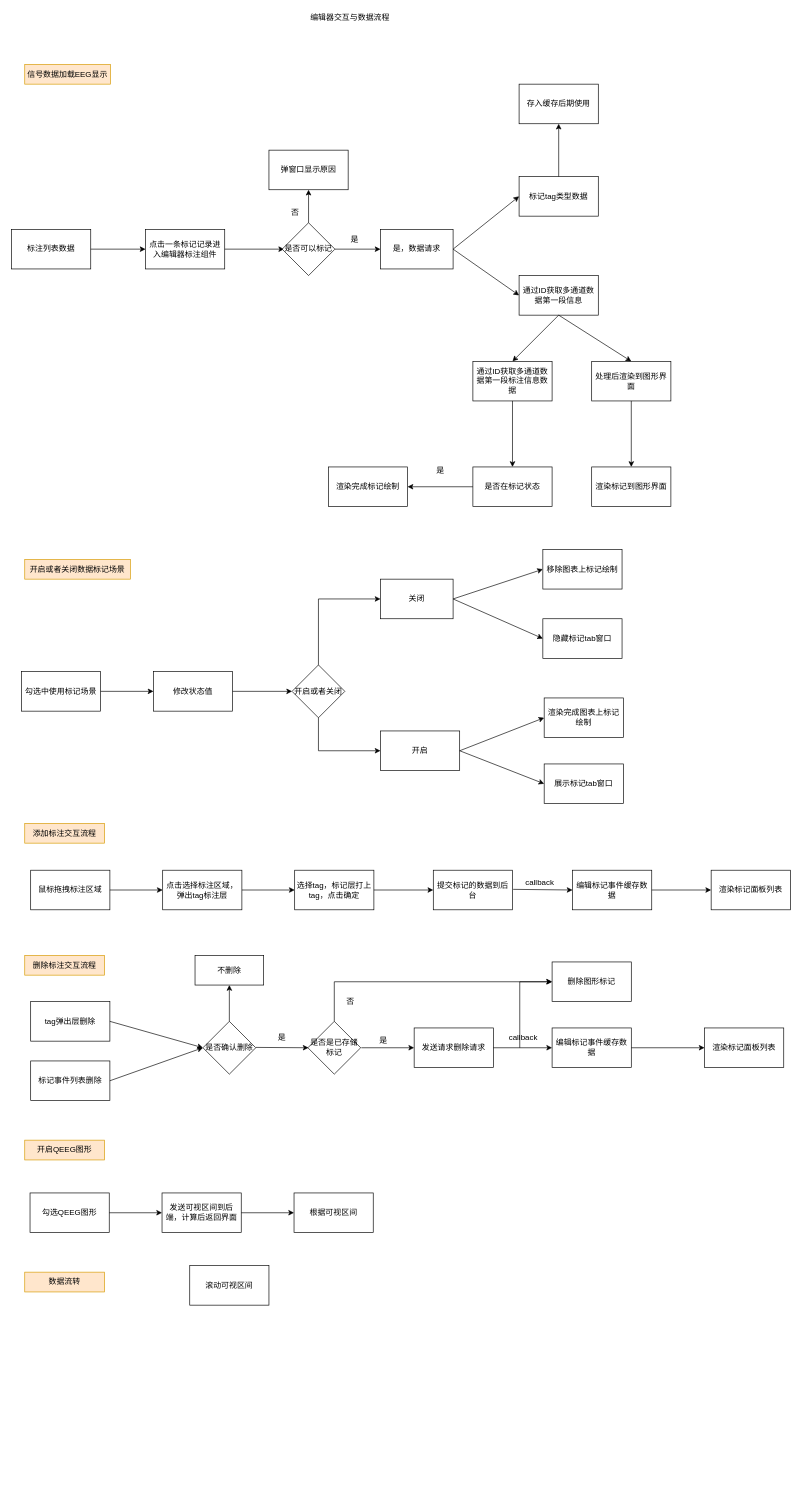
Earlier version of the draw.io diagram 标注编辑器数据流转.drawio (chenweihan/UML). Source tidied: cells renumbered, new cells numbered last; positions are measured from the earlier drawing's top-left corner, leaving out a move shared by most shapes. Both pictures are drawn from the tidied source at 66%, with x=0, y=0 at pixel (11, 11).
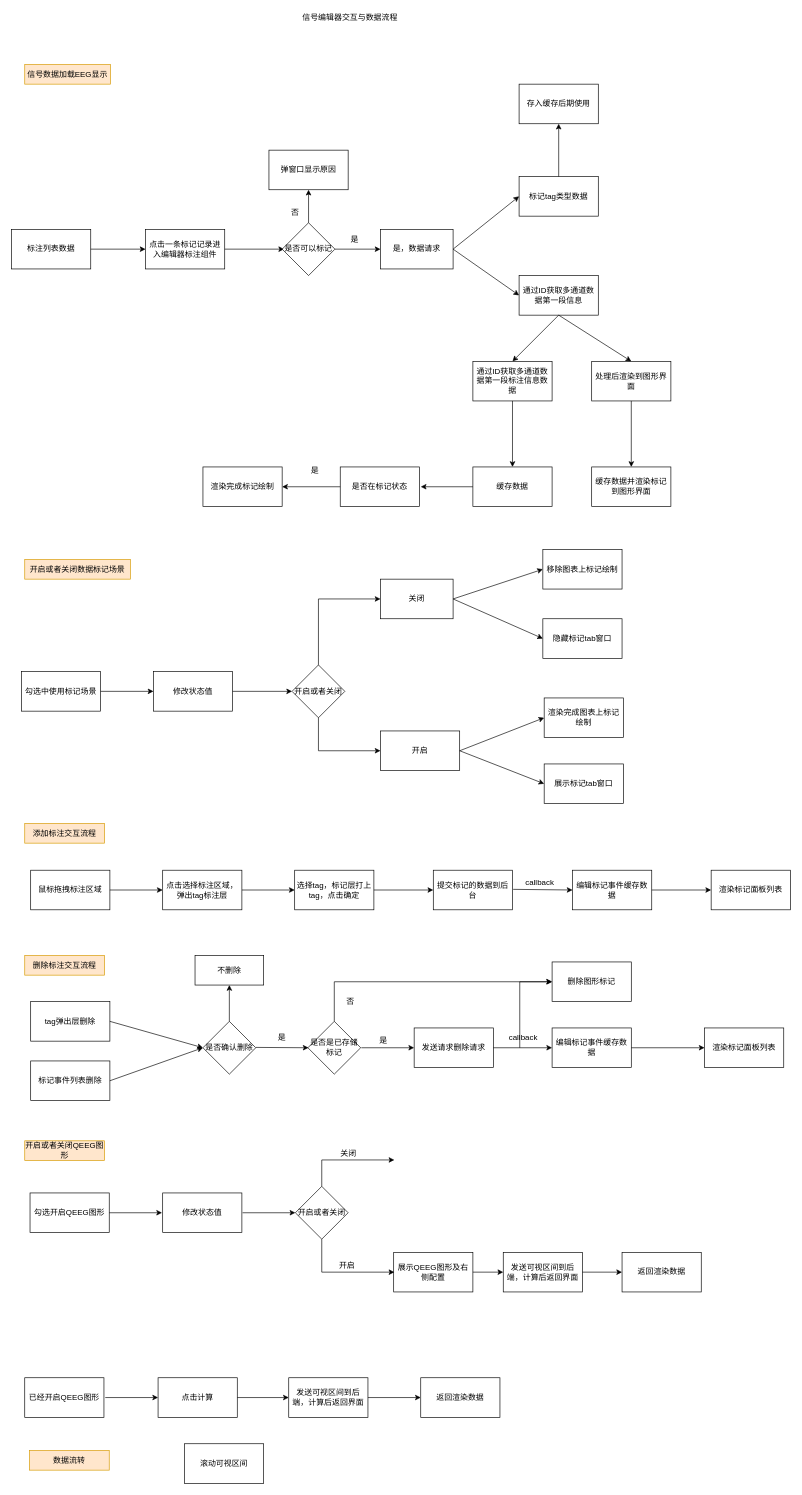
Above is the later version.

Commit message (it also covers changes not shown here):
更新标注编辑器数据流转.drawio

Unchanged cells that the change refers to:
```xml
<mxCell id="17" value="通过ID获取多通道数据第一段标注信息数据" style="rounded=0;whiteSpace=wrap;html=1;" parent="1" vertex="1">
  <mxGeometry x="699" y="530" width="120" height="60" as="geometry" />
</mxCell>
```

The edit, as a diff of the source:
```diff
@@
-    <mxCell id="7" value="勾选QEEG图形" style="rounded=0;whiteSpace=wrap;html=1;" parent="1" vertex="1">
+    <mxCell id="7" value="勾选开启QEEG图形" style="rounded=0;whiteSpace=wrap;html=1;" parent="1" vertex="1">
       <mxGeometry x="28" y="1790" width="120" height="60" as="geometry" />
     </mxCell>
@@
     <mxCell id="9" value="发送可视区间到后端，计算后返回界面" style="rounded=0;whiteSpace=wrap;html=1;" parent="1" vertex="1">
-      <mxGeometry x="228" y="1790" width="120" height="60" as="geometry" />
+      <mxGeometry x="745" y="1880" width="120" height="60" as="geometry" />
     </mxCell>
-    <mxCell id="10" style="endArrow=classic;html=1;rounded=0;exitX=1;exitY=0.5;exitDx=0;exitDy=0;" parent="1" edge="1" source="9">
-      <mxGeometry relative="1" as="geometry">
-        <mxPoint x="428" y="1820" as="targetPoint" />
-      </mxGeometry>
+    <mxCell id="10" style="endArrow=classic;html=1;rounded=0;exitX=1;exitY=0.5;exitDx=0;exitDy=0;entryX=0;entryY=0.5;entryDx=0;entryDy=0;" parent="1" edge="1" source="9" target="11">
+      <mxGeometry relative="1" as="geometry" />
     </mxCell>
-    <mxCell id="11" value="根据可视区间" style="rounded=0;whiteSpace=wrap;html=1;" parent="1" vertex="1">
-      <mxGeometry x="428" y="1790" width="120" height="60" as="geometry" />
+    <mxCell id="11" value="返回渲染数据" style="rounded=0;whiteSpace=wrap;html=1;" parent="1" vertex="1">
+      <mxGeometry x="925" y="1880" width="120" height="60" as="geometry" />
     </mxCell>
@@
-    <mxCell id="13" value="编辑器交互与数据流程" style="text;html=1;strokeColor=none;fillColor=none;align=center;verticalAlign=middle;whiteSpace=wrap;rounded=0;" parent="1" vertex="1">
+    <mxCell id="13" value="信号编辑器交互与数据流程" style="text;html=1;strokeColor=none;fillColor=none;align=center;verticalAlign=middle;whiteSpace=wrap;rounded=0;" parent="1" vertex="1">
       <mxGeometry x="440" width="146" height="20" as="geometry" />
     </mxCell>
@@
-    <mxCell id="22" value="渲染标记到图形界面" style="rounded=0;whiteSpace=wrap;html=1;" parent="1" vertex="1">
+    <mxCell id="22" value="缓存数据并渲染标记到图形界面" style="rounded=0;whiteSpace=wrap;html=1;" parent="1" vertex="1">
       <mxGeometry x="879" y="690" width="120" height="60" as="geometry" />
     </mxCell>
     <mxCell id="23" value="渲染完成标记绘制" style="rounded=0;whiteSpace=wrap;html=1;" parent="1" vertex="1">
-      <mxGeometry x="480" y="690" width="120" height="60" as="geometry" />
+      <mxGeometry x="290" y="690" width="120" height="60" as="geometry" />
     </mxCell>
@@
     <mxCell id="41" value="是否在标记状态" style="rounded=0;whiteSpace=wrap;html=1;" parent="1" vertex="1">
-      <mxGeometry x="699" y="690" width="120" height="60" as="geometry" />
+      <mxGeometry x="498" y="690" width="120" height="60" as="geometry" />
     </mxCell>
-    <mxCell id="42" style="endArrow=classic;html=1;rounded=0;exitX=0.5;exitY=1;exitDx=0;exitDy=0;" parent="1" edge="1" source="17" target="41">
+    <mxCell id="42" style="endArrow=classic;html=1;rounded=0;exitX=0.5;exitY=1;exitDx=0;exitDy=0;entryX=0.5;entryY=0;entryDx=0;entryDy=0;" parent="1" edge="1" source="17" target="110">
       <mxGeometry relative="1" as="geometry" />
     </mxCell>
     <mxCell id="43" style="endArrow=classic;html=1;rounded=0;exitX=0;exitY=0.5;exitDx=0;exitDy=0;" parent="1" edge="1" source="41">
       <mxGeometry relative="1" as="geometry">
-        <mxPoint x="600" y="720" as="targetPoint" />
+        <mxPoint x="410" y="720" as="targetPoint" />
       </mxGeometry>
     </mxCell>
     <mxCell id="44" value="是" style="text;html=1;strokeColor=none;fillColor=none;align=center;verticalAlign=middle;whiteSpace=wrap;rounded=0;" parent="1" vertex="1">
-      <mxGeometry x="620" y="680" width="60" height="30" as="geometry" />
+      <mxGeometry x="430" y="680" width="60" height="30" as="geometry" />
     </mxCell>
@@
-    <mxCell id="91" value="开启QEEG图形" style="text;html=1;strokeColor=#d79b00;fillColor=#ffe6cc;align=center;verticalAlign=middle;whiteSpace=wrap;rounded=0;" parent="1" vertex="1">
-      <mxGeometry x="20" y="1710" width="121" height="30" as="geometry" />
+    <mxCell id="91" value="开启或者关闭QEEG图形" style="text;html=1;strokeColor=#d79b00;fillColor=#ffe6cc;align=center;verticalAlign=middle;whiteSpace=wrap;rounded=0;" parent="1" vertex="1">
+      <mxGeometry x="20" y="1711" width="121" height="30" as="geometry" />
     </mxCell>
     <mxCell id="92" value="数据流转" style="text;html=1;strokeColor=#d79b00;fillColor=#ffe6cc;align=center;verticalAlign=middle;whiteSpace=wrap;rounded=0;" parent="1" vertex="1">
-      <mxGeometry x="20" y="1910" width="121" height="30" as="geometry" />
+      <mxGeometry x="27" y="2180" width="121" height="30" as="geometry" />
     </mxCell>
     <mxCell id="93" value="滚动可视区间" style="rounded=0;whiteSpace=wrap;html=1;" parent="1" vertex="1">
-      <mxGeometry x="270" y="1900" width="120" height="60" as="geometry" />
+      <mxGeometry x="262" y="2170" width="120" height="60" as="geometry" />
     </mxCell>
+    <mxCell id="94" value="已经开启QEEG图形" style="rounded=0;whiteSpace=wrap;html=1;" parent="1" vertex="1">
+      <mxGeometry x="20" y="2070" width="120" height="60" as="geometry" />
+    </mxCell>
+    <mxCell id="95" value="点击计算" style="rounded=0;whiteSpace=wrap;html=1;" parent="1" vertex="1">
+      <mxGeometry x="222" y="2070" width="120" height="60" as="geometry" />
+    </mxCell>
+    <mxCell id="96" style="endArrow=classic;html=1;rounded=0;entryX=0;entryY=0.5;entryDx=0;entryDy=0;" parent="1" edge="1" target="95">
+      <mxGeometry relative="1" as="geometry">
+        <mxPoint x="142" y="2100" as="sourcePoint" />
+      </mxGeometry>
+    </mxCell>
+    <mxCell id="97" value="发送可视区间到后端，计算后返回界面" style="rounded=0;whiteSpace=wrap;html=1;" parent="1" vertex="1">
+      <mxGeometry x="420" y="2070" width="120" height="60" as="geometry" />
+    </mxCell>
+    <mxCell id="98" style="endArrow=classic;html=1;rounded=0;exitX=1;exitY=0.5;exitDx=0;exitDy=0;" parent="1" edge="1" source="97">
+      <mxGeometry relative="1" as="geometry">
+        <mxPoint x="620" y="2100" as="targetPoint" />
+      </mxGeometry>
+    </mxCell>
+    <mxCell id="99" value="返回渲染数据" style="rounded=0;whiteSpace=wrap;html=1;" parent="1" vertex="1">
+      <mxGeometry x="620" y="2070" width="120" height="60" as="geometry" />
+    </mxCell>
+    <mxCell id="100" style="endArrow=classic;html=1;rounded=0;exitX=1;exitY=0.5;exitDx=0;exitDy=0;entryX=0;entryY=0.5;entryDx=0;entryDy=0;" parent="1" edge="1" source="95" target="97">
+      <mxGeometry relative="1" as="geometry" />
+    </mxCell>
+    <mxCell id="101" value="展示QEEG图形及右侧配置" style="rounded=0;whiteSpace=wrap;html=1;" parent="1" vertex="1">
+      <mxGeometry x="579" y="1880" width="120" height="60" as="geometry" />
+    </mxCell>
+    <mxCell id="102" style="endArrow=classic;html=1;rounded=0;exitX=1;exitY=0.5;exitDx=0;exitDy=0;entryX=0;entryY=0.5;entryDx=0;entryDy=0;" parent="1" edge="1" source="101" target="9">
+      <mxGeometry relative="1" as="geometry" />
+    </mxCell>
+    <mxCell id="103" value="修改状态值" style="rounded=0;whiteSpace=wrap;html=1;" parent="1" vertex="1">
+      <mxGeometry x="229" y="1790" width="120" height="60" as="geometry" />
+    </mxCell>
+    <mxCell id="104" value="开启或者关闭" style="rhombus;whiteSpace=wrap;html=1;" parent="1" vertex="1">
+      <mxGeometry x="430" y="1780" width="80" height="80" as="geometry" />
+    </mxCell>
+    <mxCell id="105" style="endArrow=classic;html=1;rounded=0;entryX=0;entryY=0.5;entryDx=0;entryDy=0;" parent="1" edge="1" target="104">
+      <mxGeometry relative="1" as="geometry">
+        <mxPoint x="350" y="1820" as="sourcePoint" />
+      </mxGeometry>
+    </mxCell>
+    <mxCell id="106" style="endArrow=classic;html=1;rounded=0;exitX=0.5;exitY=1;exitDx=0;exitDy=0;" parent="1" edge="1" source="104">
+      <mxGeometry relative="1" as="geometry">
+        <mxPoint x="580" y="1910" as="targetPoint" />
+        <Array as="points">
+          <mxPoint x="470" y="1910" />
+        </Array>
+      </mxGeometry>
+    </mxCell>
+    <mxCell id="107" value="开启" style="text;html=1;align=center;verticalAlign=middle;strokeColor=none;fillColor=none;" parent="1" vertex="1">
+      <mxGeometry x="488" y="1890" width="40" height="20" as="geometry" />
+    </mxCell>
+    <mxCell id="108" style="endArrow=classic;html=1;rounded=0;exitX=0.5;exitY=0;exitDx=0;exitDy=0;" parent="1" edge="1" source="104">
+      <mxGeometry relative="1" as="geometry">
+        <mxPoint x="580" y="1740" as="targetPoint" />
+        <Array as="points">
+          <mxPoint x="470" y="1740" />
+        </Array>
+      </mxGeometry>
+    </mxCell>
+    <mxCell id="109" value="关闭" style="text;html=1;align=center;verticalAlign=middle;strokeColor=none;fillColor=none;" parent="1" vertex="1">
+      <mxGeometry x="490" y="1720" width="40" height="20" as="geometry" />
+    </mxCell>
+    <mxCell id="110" value="缓存数据" style="rounded=0;whiteSpace=wrap;html=1;" parent="1" vertex="1">
+      <mxGeometry x="699" y="690" width="120" height="60" as="geometry" />
+    </mxCell>
+    <mxCell id="111" style="endArrow=classic;html=1;rounded=0;exitX=0;exitY=0.5;exitDx=0;exitDy=0;" parent="1" edge="1" source="110">
+      <mxGeometry relative="1" as="geometry">
+        <mxPoint x="620" y="720" as="targetPoint" />
+      </mxGeometry>
+    </mxCell>
```
